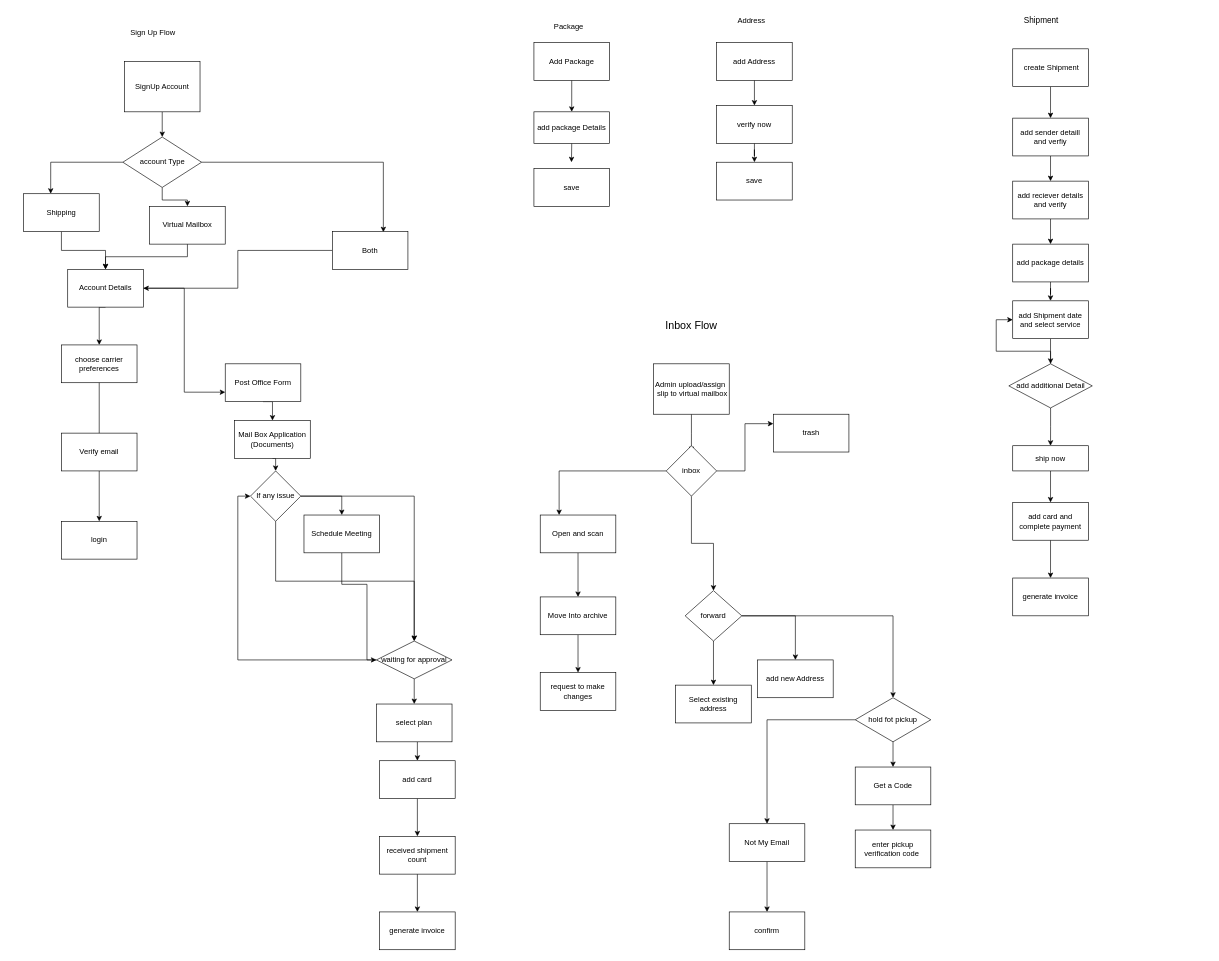
Earlier version of the draw.io diagram public/ship District.drawio (sharmag44/card-form). Source tidied: cells renumbered, new cells numbered last; positions are measured from the earlier drawing's top-left corner, leaving out a move shared by most shapes. Both pictures are drawn from the tidied source at 63%, with x=0, y=0 at pixel (23, 11).
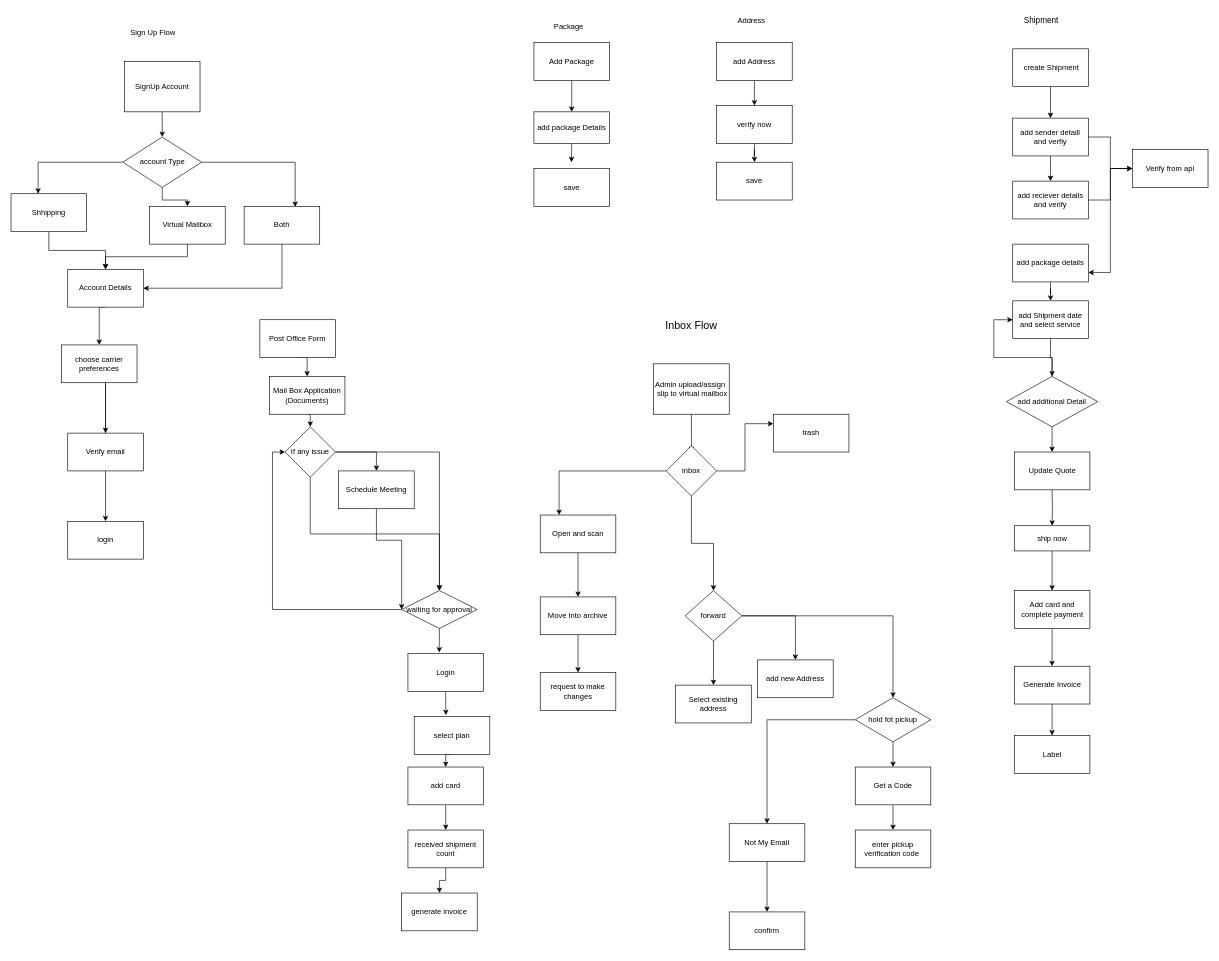
Above is the later version.

Unchanged cells that the change refers to:
```xml
<mxCell id="16" value="Account Details" style="rounded=0;whiteSpace=wrap;html=1;" parent="1" vertex="1">
  <mxGeometry x="70" y="410" width="120" height="60" as="geometry" />
</mxCell>
<mxCell id="39" value="add sender detaill and verfiy" style="rounded=0;whiteSpace=wrap;html=1;" parent="1" vertex="1">
  <mxGeometry x="1570" y="170" width="120" height="60" as="geometry" />
</mxCell>
<mxCell id="41" value="add reciever details and verify" style="rounded=0;whiteSpace=wrap;html=1;" parent="1" vertex="1">
  <mxGeometry x="1570" y="270" width="120" height="60" as="geometry" />
</mxCell>
<mxCell id="43" value="add package details" style="rounded=0;whiteSpace=wrap;html=1;" parent="1" vertex="1">
  <mxGeometry x="1570" y="370" width="120" height="60" as="geometry" />
</mxCell>
<mxCell id="71" value="choose carrier preferences" style="rounded=0;whiteSpace=wrap;html=1;" parent="1" vertex="1">
  <mxGeometry x="60" y="530" width="120" height="60" as="geometry" />
</mxCell>
```

Change to the diagram source:
```diff
@@
-    <mxCell id="9" value="Shipping" style="rounded=0;whiteSpace=wrap;html=1;" parent="1" vertex="1">
-      <mxGeometry y="290" width="120" height="60" as="geometry" />
+    <mxCell id="9" value="Shhipping" style="rounded=0;whiteSpace=wrap;html=1;" parent="1" vertex="1">
+      <mxGeometry x="-20" y="290" width="120" height="60" as="geometry" />
     </mxCell>
@@
-    <mxCell id="12" style="edgeStyle=orthogonalEdgeStyle;rounded=0;jettySize=auto;html=1;" parent="1" edge="1" source="13" target="16">
+    <mxCell id="12" style="edgeStyle=orthogonalEdgeStyle;rounded=0;jettySize=auto;html=1;exitX=0.5;exitY=1;exitDx=0;exitDy=0;entryX=1;entryY=0.5;entryDx=0;entryDy=0;" parent="1" edge="1" source="13" target="16">
       <mxGeometry relative="1" as="geometry" />
     </mxCell>
     <mxCell id="13" value="Both" style="rounded=0;whiteSpace=wrap;html=1;" parent="1" vertex="1">
-      <mxGeometry x="490" y="350" width="120" height="60" as="geometry" />
+      <mxGeometry x="350" y="310" width="120" height="60" as="geometry" />
     </mxCell>
@@
-    <mxCell id="15" style="edgeStyle=orthogonalEdgeStyle;rounded=0;jettySize=auto;html=1;entryX=0;entryY=0.75;entryDx=0;entryDy=0;" parent="1" edge="1" source="16" target="18">
-      <mxGeometry relative="1" as="geometry" />
-    </mxCell>
@@
     <mxCell id="18" value="Post Office Form" style="rounded=0;whiteSpace=wrap;html=1;" parent="1" vertex="1">
-      <mxGeometry x="320" y="560" width="120" height="60" as="geometry" />
+      <mxGeometry x="375" y="490" width="120" height="60" as="geometry" />
     </mxCell>
@@
     <mxCell id="20" value="Mail Box Application&lt;br&gt;(Documents)" style="rounded=0;whiteSpace=wrap;html=1;" parent="1" vertex="1">
-      <mxGeometry x="335" y="650" width="120" height="60" as="geometry" />
+      <mxGeometry x="390" y="580" width="120" height="60" as="geometry" />
     </mxCell>
@@
     <mxCell id="24" value="If any issue" style="rhombus;whiteSpace=wrap;html=1;" parent="1" vertex="1">
-      <mxGeometry x="360" y="730" width="80" height="80" as="geometry" />
+      <mxGeometry x="415" y="660" width="80" height="80" as="geometry" />
     </mxCell>
     <mxCell id="25" style="edgeStyle=orthogonalEdgeStyle;rounded=0;jettySize=auto;html=1;exitX=0.5;exitY=1;exitDx=0;exitDy=0;" parent="1" edge="1" source="26" target="29">
       <mxGeometry relative="1" as="geometry">
         <Array as="points">
-          <mxPoint x="505" y="910" />
-          <mxPoint x="545" y="910" />
+          <mxPoint x="560" y="840" />
+          <mxPoint x="600" y="840" />
         </Array>
       </mxGeometry>
     </mxCell>
     <mxCell id="26" value="Schedule Meeting" style="rounded=0;whiteSpace=wrap;html=1;" parent="1" vertex="1">
-      <mxGeometry x="445" y="800" width="120" height="60" as="geometry" />
+      <mxGeometry x="500" y="730" width="120" height="60" as="geometry" />
     </mxCell>
@@
-    <mxCell id="28" style="edgeStyle=orthogonalEdgeStyle;rounded=0;jettySize=auto;html=1;entryX=0.5;entryY=0;entryDx=0;entryDy=0;" parent="1" edge="1" source="29" target="31">
-      <mxGeometry relative="1" as="geometry" />
-    </mxCell>
+    <mxCell id="102" style="edgeStyle=orthogonalEdgeStyle;rounded=0;jettySize=auto;html=1;exitX=0.5;exitY=1;exitDx=0;exitDy=0;entryX=0.414;entryY=-0.028;entryDx=0;entryDy=0;entryPerimeter=0;" parent="1" edge="1" source="29" target="113">
+      <mxGeometry relative="1" as="geometry" />
+    </mxCell>
     <mxCell id="29" value="waiting for approval" style="rhombus;whiteSpace=wrap;html=1;" parent="1" vertex="1">
-      <mxGeometry x="560" y="1000" width="120" height="60" as="geometry" />
+      <mxGeometry x="600" y="920" width="120" height="60" as="geometry" />
     </mxCell>
-    <mxCell id="30" style="edgeStyle=orthogonalEdgeStyle;rounded=0;jettySize=auto;html=1;exitX=0.5;exitY=1;exitDx=0;exitDy=0;entryX=0.5;entryY=0;entryDx=0;entryDy=0;" parent="1" edge="1" target="33">
-      <mxGeometry relative="1" as="geometry">
-        <mxPoint x="625" y="1160" as="sourcePoint" />
-      </mxGeometry>
+    <mxCell id="30" style="edgeStyle=orthogonalEdgeStyle;rounded=0;jettySize=auto;html=1;exitX=0.5;exitY=1;exitDx=0;exitDy=0;entryX=0.5;entryY=0;entryDx=0;entryDy=0;" parent="1" edge="1" source="31" target="33">
+      <mxGeometry relative="1" as="geometry" />
     </mxCell>
     <mxCell id="31" value="select plan" style="rounded=0;whiteSpace=wrap;html=1;" parent="1" vertex="1">
-      <mxGeometry x="560" y="1100" width="120" height="60" as="geometry" />
+      <mxGeometry x="620" y="1120" width="120" height="60" as="geometry" />
     </mxCell>
@@
     <mxCell id="33" value="add card" style="rounded=0;whiteSpace=wrap;html=1;" parent="1" vertex="1">
-      <mxGeometry x="565" y="1190" width="120" height="60" as="geometry" />
+      <mxGeometry x="610" y="1200" width="120" height="60" as="geometry" />
     </mxCell>
@@
     <mxCell id="35" value="received shipment count" style="rounded=0;whiteSpace=wrap;html=1;" parent="1" vertex="1">
-      <mxGeometry x="565" y="1310" width="120" height="60" as="geometry" />
+      <mxGeometry x="610" y="1300" width="120" height="60" as="geometry" />
     </mxCell>
@@
+    <mxCell id="103" style="edgeStyle=orthogonalEdgeStyle;rounded=0;jettySize=auto;html=1;" parent="1" edge="1" source="39" target="111">
+      <mxGeometry relative="1" as="geometry" />
+    </mxCell>
@@
-    <mxCell id="40" style="edgeStyle=orthogonalEdgeStyle;rounded=0;jettySize=auto;html=1;exitX=0.5;exitY=1;exitDx=0;exitDy=0;entryX=0.5;entryY=0;entryDx=0;entryDy=0;" parent="1" edge="1" source="41" target="43">
-      <mxGeometry relative="1" as="geometry" />
-    </mxCell>
+    <mxCell id="104" style="edgeStyle=orthogonalEdgeStyle;rounded=0;jettySize=auto;html=1;" parent="1" edge="1" source="41" target="111">
+      <mxGeometry relative="1" as="geometry" />
+    </mxCell>
@@
-    <mxCell id="46" style="edgeStyle=orthogonalEdgeStyle;rounded=0;jettySize=auto;html=1;" parent="1" edge="1" source="48" target="50">
-      <mxGeometry relative="1" as="geometry" />
-    </mxCell>
@@
+    <mxCell id="105" style="edgeStyle=orthogonalEdgeStyle;rounded=0;jettySize=auto;html=1;" parent="1" edge="1" source="48" target="114">
+      <mxGeometry relative="1" as="geometry" />
+    </mxCell>
     <mxCell id="48" value="add additional Detail" style="rhombus;whiteSpace=wrap;html=1;" parent="1" vertex="1">
-      <mxGeometry x="1563.8" y="560" width="132.5" height="70" as="geometry" />
+      <mxGeometry x="1560" y="580" width="145" height="80" as="geometry" />
     </mxCell>
@@
     <mxCell id="50" value="ship now&lt;br&gt;" style="rounded=0;whiteSpace=wrap;html=1;" parent="1" vertex="1">
-      <mxGeometry x="1570" y="690" width="120" height="40" as="geometry" />
+      <mxGeometry x="1572.5" y="817" width="120" height="40" as="geometry" />
     </mxCell>
@@
-    <mxCell id="52" value="add card and complete payment&lt;br&gt;" style="rounded=0;whiteSpace=wrap;html=1;" parent="1" vertex="1">
-      <mxGeometry x="1570" y="780" width="120" height="60" as="geometry" />
+    <mxCell id="52" value="Add card and complete payment" style="rounded=0;whiteSpace=wrap;html=1;" parent="1" vertex="1">
+      <mxGeometry x="1572.5" y="920" width="120" height="60" as="geometry" />
     </mxCell>
+    <mxCell id="106" style="edgeStyle=orthogonalEdgeStyle;rounded=0;jettySize=auto;html=1;" parent="1" edge="1" source="53" target="115">
+      <mxGeometry relative="1" as="geometry" />
+    </mxCell>
-    <mxCell id="53" value="generate invoice" style="rounded=0;whiteSpace=wrap;html=1;" parent="1" vertex="1">
-      <mxGeometry x="1570" y="900" width="120" height="60" as="geometry" />
+    <mxCell id="53" value="Generate Invoice" style="rounded=0;whiteSpace=wrap;html=1;" parent="1" vertex="1">
+      <mxGeometry x="1572.5" y="1040" width="120" height="60" as="geometry" />
     </mxCell>
     <mxCell id="54" value="generate invoice" style="rounded=0;whiteSpace=wrap;html=1;" parent="1" vertex="1">
-      <mxGeometry x="565" y="1430" width="120" height="60" as="geometry" />
+      <mxGeometry x="600" y="1400" width="120" height="60" as="geometry" />
     </mxCell>
@@
+    <mxCell id="107" style="edgeStyle=orthogonalEdgeStyle;rounded=0;jettySize=auto;html=1;startArrow=none;" parent="1" edge="1" source="100">
+      <mxGeometry x="-0.56" y="10" relative="1" as="geometry">
+        <mxPoint x="130" y="670" as="targetPoint" />
+        <Array as="points">
+          <mxPoint x="130" y="590" />
+          <mxPoint x="130" y="590" />
+        </Array>
+      </mxGeometry>
+    </mxCell>
@@
+    <mxCell id="108" style="edgeStyle=orthogonalEdgeStyle;rounded=0;jettySize=auto;html=1;" parent="1" edge="1" source="100">
+      <mxGeometry relative="1" as="geometry">
+        <mxPoint x="130" y="810" as="targetPoint" />
+      </mxGeometry>
+    </mxCell>
     <mxCell id="98" value="login" style="rounded=0;whiteSpace=wrap;html=1;" parent="1" vertex="1">
-      <mxGeometry x="60" y="810" width="120" height="60" as="geometry" />
+      <mxGeometry x="70" y="810" width="120" height="60" as="geometry" />
     </mxCell>
-    <mxCell id="99" style="edgeStyle=orthogonalEdgeStyle;rounded=0;jettySize=auto;html=1;" parent="1" edge="1" source="100" target="98">
-      <mxGeometry relative="1" as="geometry" />
-    </mxCell>
     <mxCell id="100" value="Verify email" style="rounded=0;whiteSpace=wrap;html=1;" parent="1" vertex="1">
-      <mxGeometry x="60" y="670" width="120" height="60" as="geometry" />
+      <mxGeometry x="70" y="670" width="120" height="60" as="geometry" />
     </mxCell>
-    <mxCell id="101" style="edgeStyle=orthogonalEdgeStyle;rounded=0;jettySize=auto;html=1;endArrow=none;" parent="1" edge="1" source="71" target="100">
-      <mxGeometry x="0.43" relative="1" as="geometry" />
-    </mxCell>
+    <mxCell id="109" style="edgeStyle=orthogonalEdgeStyle;rounded=0;jettySize=auto;html=1;" parent="1" edge="1" target="50">
+      <mxGeometry relative="1" as="geometry">
+        <mxPoint x="1632.5" y="760" as="sourcePoint" />
+      </mxGeometry>
+    </mxCell>
+    <mxCell id="110" style="edgeStyle=orthogonalEdgeStyle;rounded=0;jettySize=auto;html=1;entryX=1;entryY=0.75;entryDx=0;entryDy=0;" parent="1" edge="1" source="111" target="43">
+      <mxGeometry relative="1" as="geometry" />
+    </mxCell>
+    <mxCell id="111" value="Verify from api" style="whiteSpace=wrap;html=1;rounded=0;" parent="1" vertex="1">
+      <mxGeometry x="1760" y="220" width="120" height="60" as="geometry" />
+    </mxCell>
+    <mxCell id="112" style="edgeStyle=orthogonalEdgeStyle;rounded=0;jettySize=auto;html=1;entryX=0.419;entryY=-0.039;entryDx=0;entryDy=0;entryPerimeter=0;" parent="1" edge="1" source="113" target="31">
+      <mxGeometry relative="1" as="geometry" />
+    </mxCell>
+    <mxCell id="113" value="Login" style="rounded=0;whiteSpace=wrap;html=1;" parent="1" vertex="1">
+      <mxGeometry x="610" y="1020" width="120" height="60" as="geometry" />
+    </mxCell>
+    <mxCell id="114" value="Update Quote" style="rounded=0;whiteSpace=wrap;html=1;" parent="1" vertex="1">
+      <mxGeometry x="1572.5" y="700" width="120" height="60" as="geometry" />
+    </mxCell>
+    <mxCell id="115" value="Label" style="rounded=0;whiteSpace=wrap;html=1;" parent="1" vertex="1">
+      <mxGeometry x="1572.5" y="1150" width="120" height="60" as="geometry" />
+    </mxCell>
```
